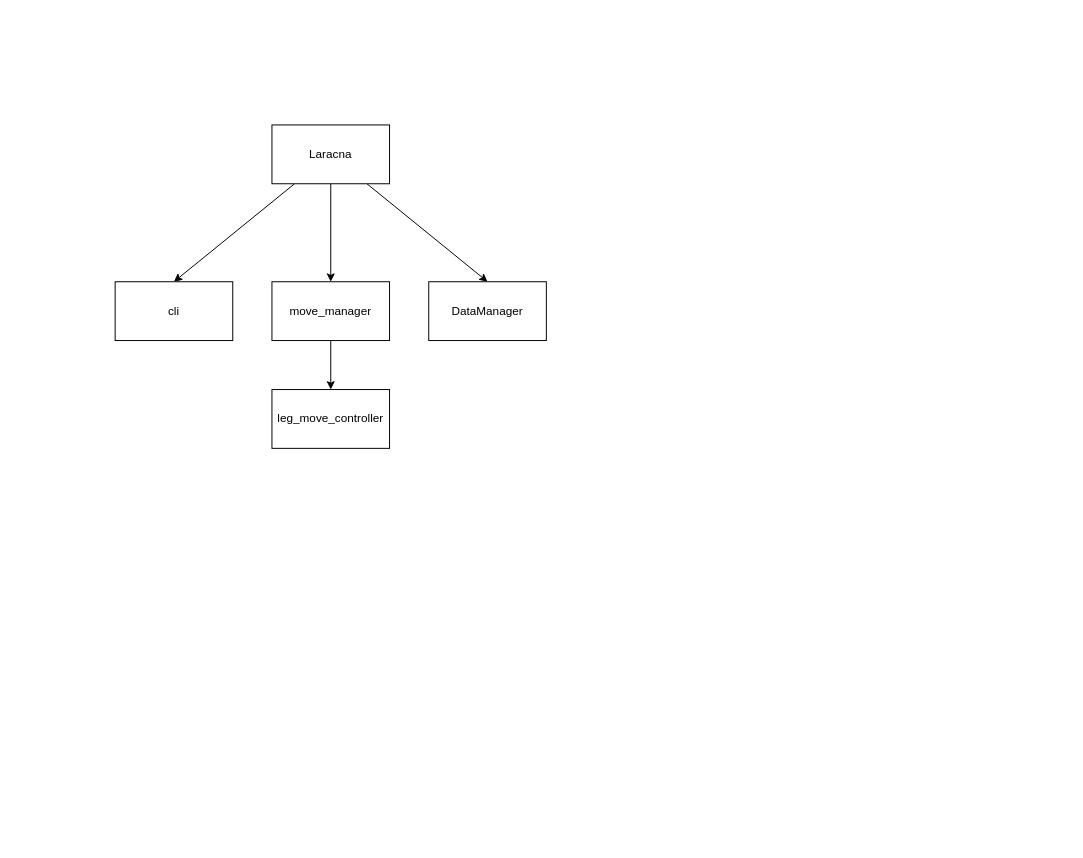
The draw.io diagram page "Laracna" (1 of 2) of diagram.drawio in alecremer/Laracna-Bot, before the edit. Source tidied: cells renumbered, new cells numbered last; positions are measured from the earlier drawing's top-left corner, leaving out a move shared by most shapes. Both pictures are drawn from the tidied source at 98%, with x=0, y=0 at pixel (115, 124).
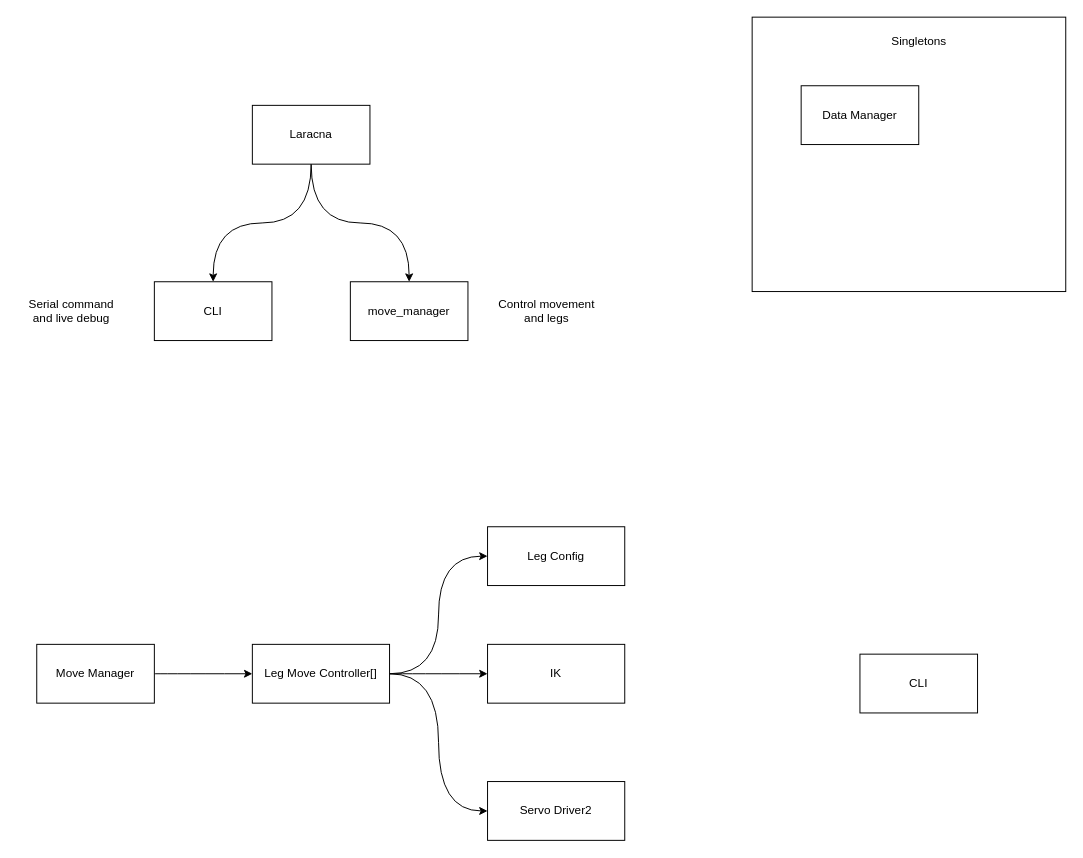
The same page after the edit.

The edit, as a diff of the source:
```diff
@@
-    <mxCell id="2" style="edgeStyle=none;html=1;entryX=0.5;entryY=0;entryDx=0;entryDy=0;" parent="1" edge="1" source="5" target="6">
+    <mxCell id="2" style="edgeStyle=orthogonalEdgeStyle;html=1;entryX=0.5;entryY=0;entryDx=0;entryDy=0;curved=1;" parent="1" edge="1" source="5" target="6">
       <mxGeometry relative="1" as="geometry" />
     </mxCell>
-    <mxCell id="3" style="edgeStyle=none;html=1;entryX=0.5;entryY=0;entryDx=0;entryDy=0;" parent="1" edge="1" source="5" target="8">
+    <mxCell id="3" style="edgeStyle=orthogonalEdgeStyle;html=1;entryX=0.5;entryY=0;entryDx=0;entryDy=0;curved=1;" parent="1" edge="1" source="5" target="8">
       <mxGeometry relative="1" as="geometry" />
     </mxCell>
-    <mxCell id="4" style="edgeStyle=none;html=1;entryX=0.5;entryY=0;entryDx=0;entryDy=0;" parent="1" edge="1" source="5" target="10">
-      <mxGeometry relative="1" as="geometry" />
-    </mxCell>
     <mxCell id="5" value="Laracna" style="rounded=0;whiteSpace=wrap;html=1;" parent="1" vertex="1">
-      <mxGeometry x="160" width="120" height="60" as="geometry" />
+      <mxGeometry x="140" y="-20" width="120" height="60" as="geometry" />
     </mxCell>
-    <mxCell id="6" value="cli" style="rounded=0;whiteSpace=wrap;html=1;" parent="1" vertex="1">
-      <mxGeometry y="160" width="120" height="60" as="geometry" />
+    <mxCell id="6" value="CLI" style="rounded=0;whiteSpace=wrap;html=1;" parent="1" vertex="1">
+      <mxGeometry x="40" y="160" width="120" height="60" as="geometry" />
     </mxCell>
-    <mxCell id="7" style="edgeStyle=none;html=1;" parent="1" edge="1" source="8" target="9">
-      <mxGeometry relative="1" as="geometry" />
-    </mxCell>
     <mxCell id="8" value="move_manager" style="rounded=0;whiteSpace=wrap;html=1;" parent="1" vertex="1">
-      <mxGeometry x="160" y="160" width="120" height="60" as="geometry" />
+      <mxGeometry x="240" y="160" width="120" height="60" as="geometry" />
     </mxCell>
-    <mxCell id="9" value="leg_move_controller" style="rounded=0;whiteSpace=wrap;html=1;" parent="1" vertex="1">
-      <mxGeometry x="160" y="270" width="120" height="60" as="geometry" />
-    </mxCell>
-    <mxCell id="10" value="DataManager" style="rounded=0;whiteSpace=wrap;html=1;" parent="1" vertex="1">
-      <mxGeometry x="320" y="160" width="120" height="60" as="geometry" />
-    </mxCell>
+    <mxCell id="11" value="Serial command &lt;br&gt;and live debug" style="text;html=1;align=center;verticalAlign=middle;strokeColor=none;fillColor=none;" parent="1" vertex="1">
+      <mxGeometry x="-100" y="170" width="110" height="40" as="geometry" />
+    </mxCell>
+    <mxCell id="12" value="Control movement&lt;br&gt;and legs" style="text;html=1;align=center;verticalAlign=middle;strokeColor=none;fillColor=none;" parent="1" vertex="1">
+      <mxGeometry x="380" y="170" width="120" height="40" as="geometry" />
+    </mxCell>
+    <mxCell id="13" style="edgeStyle=orthogonalEdgeStyle;curved=1;html=1;" parent="1" edge="1" source="14" target="18">
+      <mxGeometry relative="1" as="geometry" />
+    </mxCell>
+    <mxCell id="14" value="Move Manager" style="whiteSpace=wrap;html=1;" parent="1" vertex="1">
+      <mxGeometry x="-80" y="530" width="120" height="60" as="geometry" />
+    </mxCell>
+    <mxCell id="15" style="edgeStyle=orthogonalEdgeStyle;curved=1;html=1;" parent="1" edge="1" source="18" target="19">
+      <mxGeometry relative="1" as="geometry" />
+    </mxCell>
+    <mxCell id="16" style="edgeStyle=orthogonalEdgeStyle;curved=1;html=1;entryX=0;entryY=0.5;entryDx=0;entryDy=0;" parent="1" edge="1" source="18" target="21">
+      <mxGeometry relative="1" as="geometry" />
+    </mxCell>
+    <mxCell id="17" style="edgeStyle=orthogonalEdgeStyle;curved=1;html=1;entryX=0;entryY=0.5;entryDx=0;entryDy=0;" parent="1" edge="1" source="18" target="20">
+      <mxGeometry relative="1" as="geometry" />
+    </mxCell>
+    <mxCell id="18" value="Leg Move Controller[]" style="whiteSpace=wrap;html=1;" parent="1" vertex="1">
+      <mxGeometry x="140" y="530" width="140" height="60" as="geometry" />
+    </mxCell>
+    <mxCell id="19" value="IK" style="whiteSpace=wrap;html=1;" parent="1" vertex="1">
+      <mxGeometry x="380" y="530" width="140" height="60" as="geometry" />
+    </mxCell>
+    <mxCell id="20" value="Leg Config" style="whiteSpace=wrap;html=1;" parent="1" vertex="1">
+      <mxGeometry x="380" y="410" width="140" height="60" as="geometry" />
+    </mxCell>
+    <mxCell id="21" value="Servo Driver2" style="whiteSpace=wrap;html=1;" parent="1" vertex="1">
+      <mxGeometry x="380" y="670" width="140" height="60" as="geometry" />
+    </mxCell>
+    <mxCell id="22" value="CLI" style="rounded=0;whiteSpace=wrap;html=1;" parent="1" vertex="1">
+      <mxGeometry x="760" y="540" width="120" height="60" as="geometry" />
+    </mxCell>
+    <mxCell id="23" style="whiteSpace=wrap;html=1;" parent="1" vertex="1">
+      <mxGeometry x="650" y="-110" width="320" height="280" as="geometry" />
+    </mxCell>
+    <mxCell id="24" value="Singletons" style="text;html=1;align=center;verticalAlign=middle;strokeColor=none;fillColor=none;" parent="1" vertex="1">
+      <mxGeometry x="780" y="-100" width="80" height="30" as="geometry" />
+    </mxCell>
+    <mxCell id="25" value="Data Manager" style="whiteSpace=wrap;html=1;" parent="1" vertex="1">
+      <mxGeometry x="700" y="-40" width="120" height="60" as="geometry" />
+    </mxCell>
```
